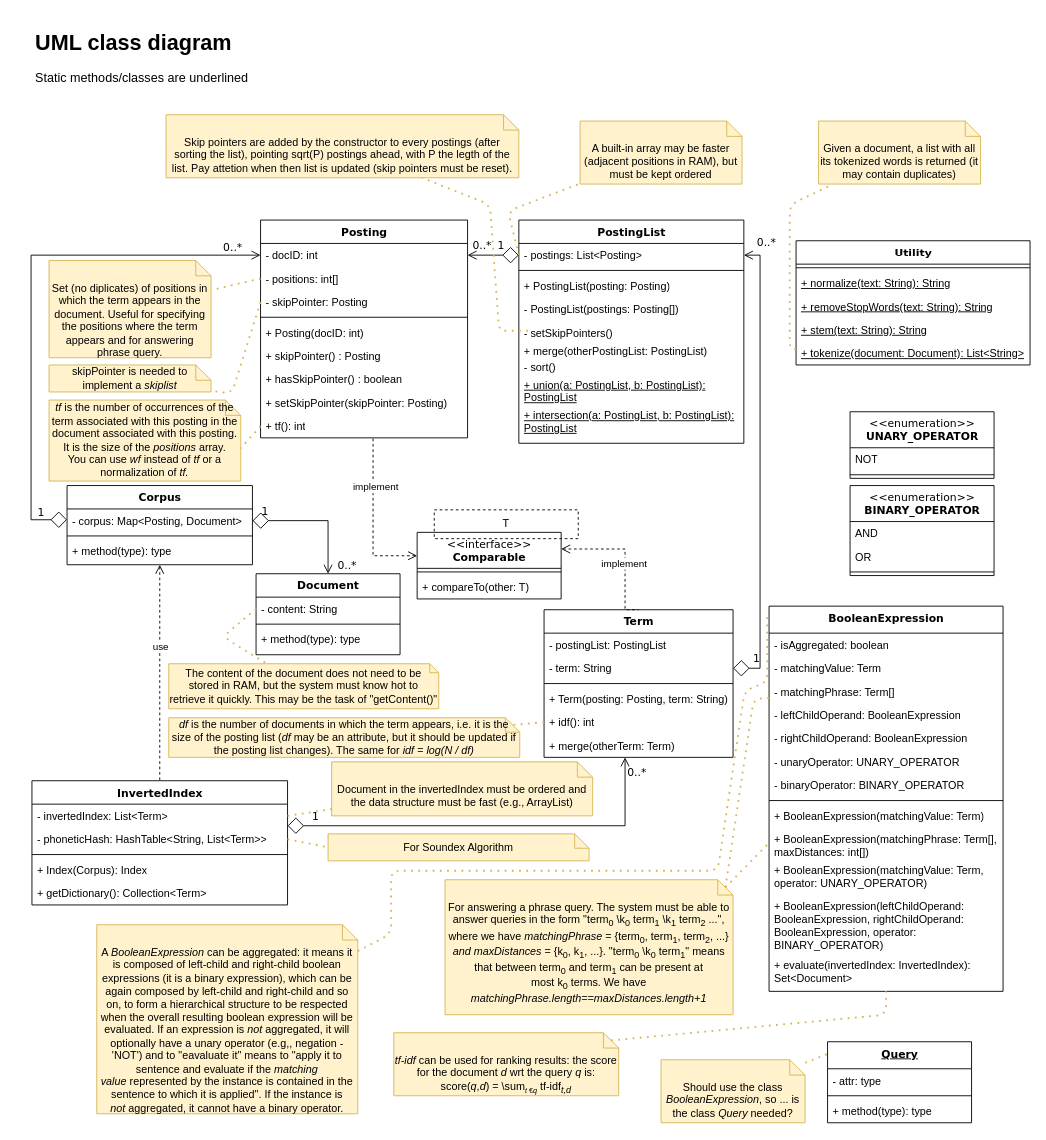
Earlier version of the draw.io diagram UML/BasicIRSystem.drawio (matteoferfoglia/Information-Retrieval-System). Source tidied: cells renumbered, new cells numbered last; positions are measured from the earlier drawing's top-left corner, leaving out a move shared by most shapes. Both pictures are drawn from the tidied source at 90%, with x=0, y=0 at pixel (31, 24).
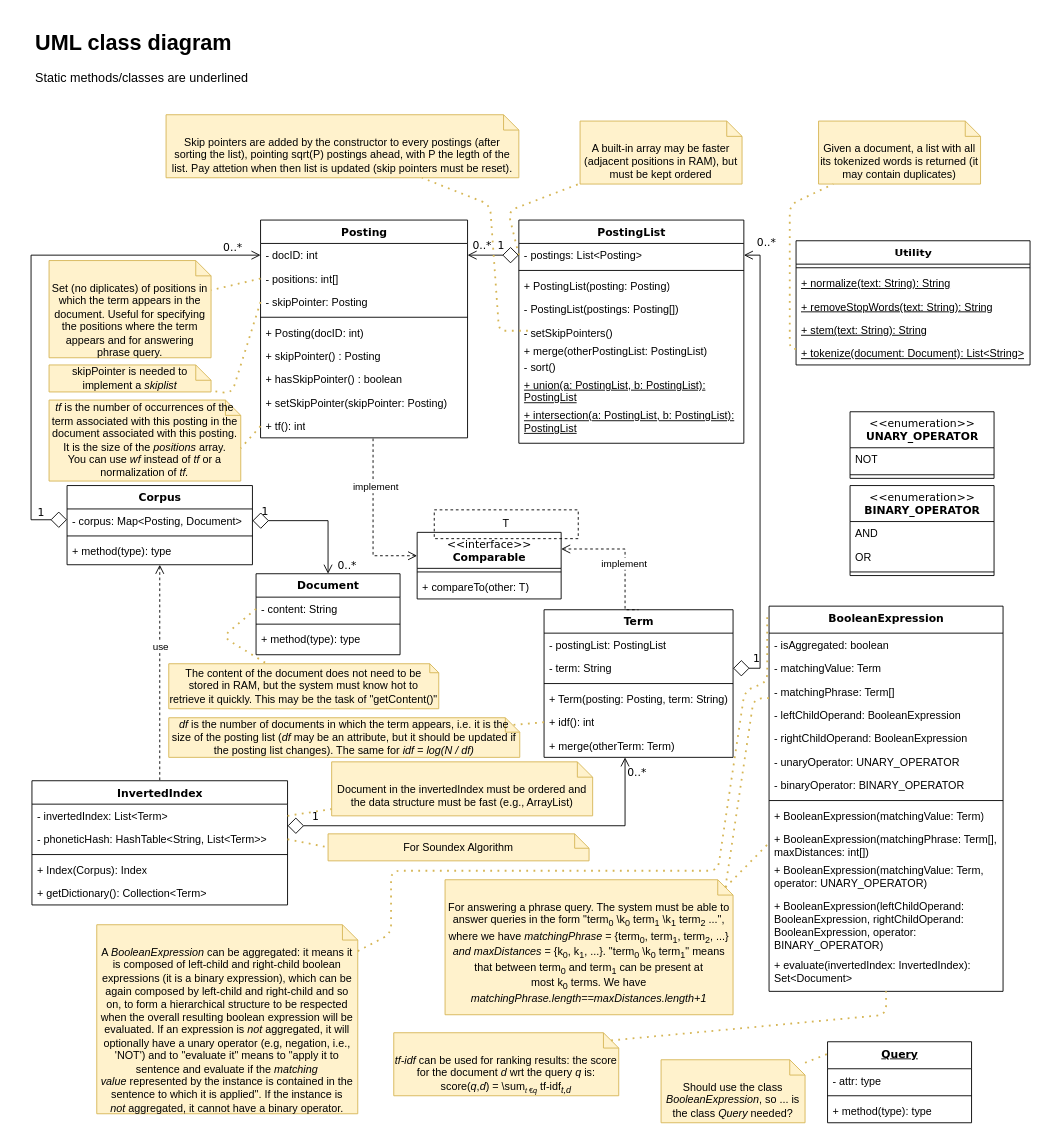
Above is the later version.

What changed in the source:
```diff
@@
-    <mxCell id="56" value="A &lt;i&gt;BooleanExpression &lt;/i&gt;can be aggregated: it means it is composed of left-child and right-child boolean expressions (it is a binary expression), which can be again composed by left-child and right-child and so on, to form a hierarchical structure to be respected when the overall resulting boolean expression will be evaluated. If an expression is &lt;i&gt;not&lt;/i&gt;&amp;nbsp;aggregated, it will optionally have a unary operator (e.g,, negation - 'NOT') and to &quot;eavaluate it&quot; means to &quot;apply it to sentence and evaluate if the &lt;i&gt;matching value&lt;/i&gt;&amp;nbsp;represented by the instance is contained in the sentence to which it is applied&quot;. If the instance is &lt;i&gt;not&lt;/i&gt;&amp;nbsp;aggregated, it cannot have a binary operator." style="shape=note2;boundedLbl=1;whiteSpace=wrap;html=1;size=17;verticalAlign=top;align=center;labelBackgroundColor=none;fillColor=#fff2cc;strokeColor=#d6b656;" parent="1" vertex="1">
+    <mxCell id="56" value="A &lt;i&gt;BooleanExpression &lt;/i&gt;can be aggregated: it means it is composed of left-child and right-child boolean expressions (it is a binary expression), which can be again composed by left-child and right-child and so on, to form a hierarchical structure to be respected when the overall resulting boolean expression will be evaluated. If an expression is &lt;i&gt;not&lt;/i&gt;&amp;nbsp;aggregated, it will optionally have a unary operator (e.g, negation, i.e., 'NOT') and to &quot;evaluate it&quot; means to &quot;apply it to sentence and evaluate if the &lt;i&gt;matching value&lt;/i&gt;&amp;nbsp;represented by the instance is contained in the sentence to which it is applied&quot;. If the instance is &lt;i&gt;not&lt;/i&gt;&amp;nbsp;aggregated, it cannot have a binary operator." style="shape=note2;boundedLbl=1;whiteSpace=wrap;html=1;size=17;verticalAlign=top;align=center;labelBackgroundColor=none;fillColor=#fff2cc;strokeColor=#d6b656;" parent="1" vertex="1">
       <mxGeometry x="73" y="1000" width="290" height="210" as="geometry" />
     </mxCell>
```
